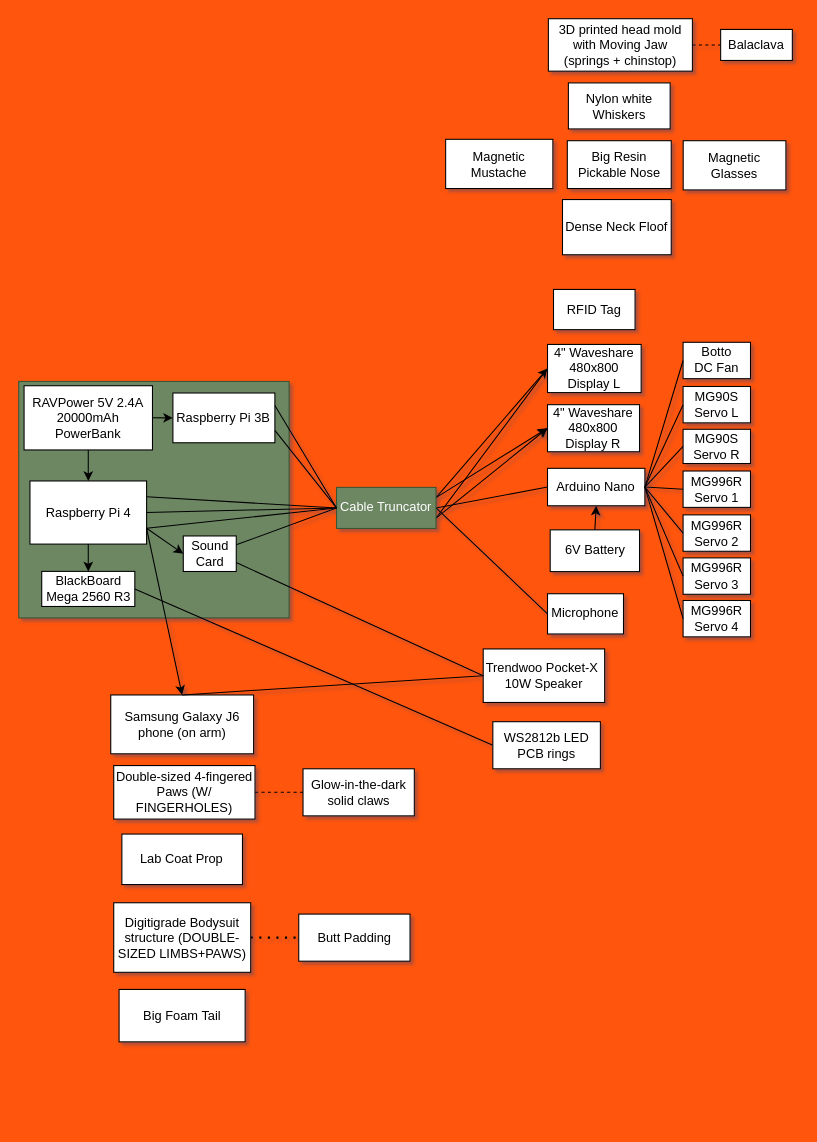
MekhyW/BOSS-Electronic_Fursuit keeps this draw.io diagram as Suit Concept/Basic hardware flowchart.drawio. Above is the earlier version. Source tidied: cells renumbered, new cells numbered last; positions are measured from the earlier drawing's top-left corner, leaving out a move shared by most shapes. Both pictures are drawn from the tidied source at 107%, with x=0, y=0 at pixel (18, 18).
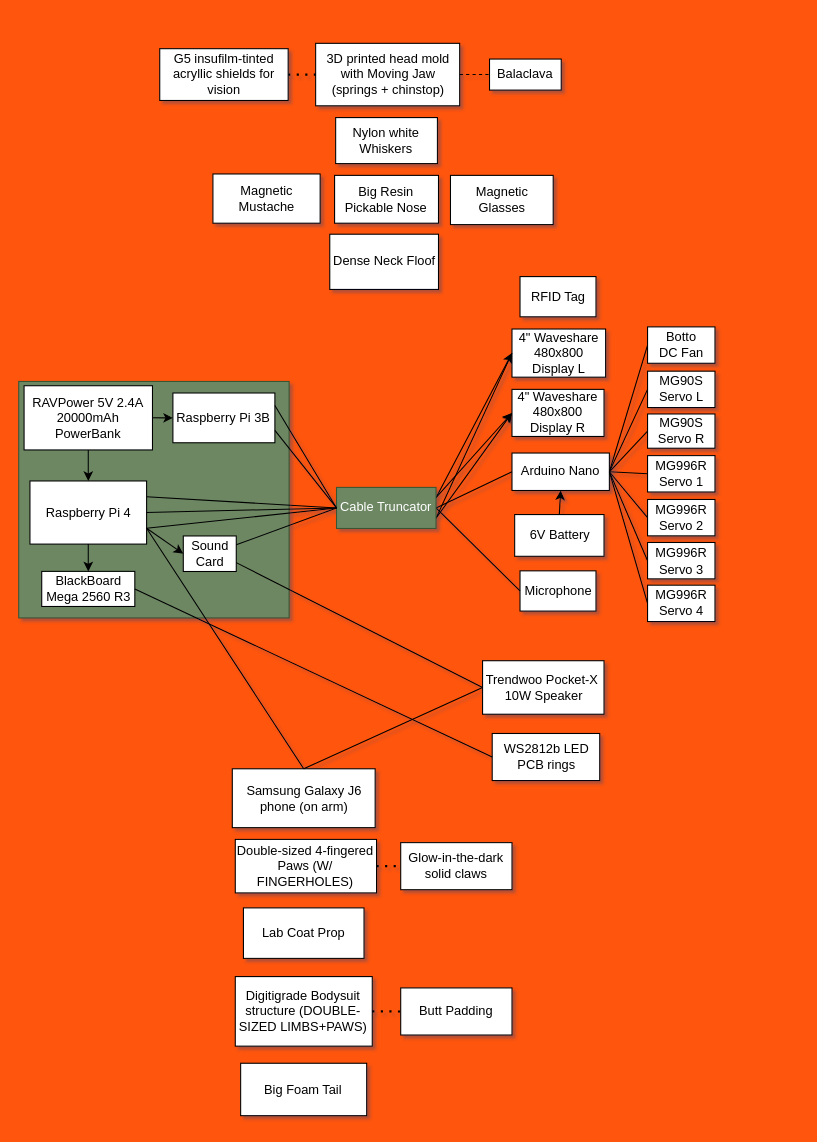
The same diagram, later.

Unchanged cells that the change refers to:
```xml
<mxCell id="3" value="Raspberry Pi 4" style="rounded=0;whiteSpace=wrap;html=1;" parent="1" vertex="1">
  <mxGeometry x="10.5" y="432" width="109" height="59" as="geometry" />
</mxCell>
```

Change to the diagram source:
```diff
@@
     <mxCell id="5" value="Trendwoo Pocket-X&amp;nbsp;&lt;br&gt;10W Speaker" style="rounded=0;whiteSpace=wrap;html=1;" parent="1" vertex="1">
-      <mxGeometry x="434.1" y="589" width="113.5" height="50" as="geometry" />
+      <mxGeometry x="433.5" y="600" width="113.5" height="50" as="geometry" />
     </mxCell>
     <mxCell id="6" value="4&quot; Waveshare&lt;br&gt;480x800 Display L" style="rounded=0;whiteSpace=wrap;html=1;" parent="1" vertex="1">
-      <mxGeometry x="494.2" y="304.4" width="87.5" height="45" as="geometry" />
+      <mxGeometry x="461" y="290" width="87.5" height="45" as="geometry" />
     </mxCell>
     <mxCell id="7" value="Microphone" style="rounded=0;whiteSpace=wrap;html=1;" parent="1" vertex="1">
-      <mxGeometry x="494.2" y="537.4" width="71" height="37.6" as="geometry" />
+      <mxGeometry x="468.5" y="516" width="71" height="37.6" as="geometry" />
     </mxCell>
     <mxCell id="8" value="4&quot; Waveshare&lt;br&gt;480x800 Display R" style="rounded=0;whiteSpace=wrap;html=1;" parent="1" vertex="1">
-      <mxGeometry x="494.2" y="360.7" width="86" height="44" as="geometry" />
+      <mxGeometry x="461" y="346.4" width="86" height="44" as="geometry" />
     </mxCell>
     <mxCell id="9" value="3D printed head mold with Moving Jaw &lt;br&gt;(springs + chinstop)" style="rounded=0;whiteSpace=wrap;html=1;" parent="1" vertex="1">
-      <mxGeometry x="495" width="134.6" height="49" as="geometry" />
+      <mxGeometry x="277.5" y="23" width="134.6" height="58.4" as="geometry" />
     </mxCell>
@@
     <mxCell id="13" value="Digitigrade Bodysuit structure (DOUBLE-SIZED LIMBS+PAWS)" style="rounded=0;whiteSpace=wrap;html=1;" parent="1" vertex="1">
-      <mxGeometry x="88.8" y="826.2" width="128" height="65" as="geometry" />
+      <mxGeometry x="202.4" y="895.2" width="128" height="65" as="geometry" />
     </mxCell>
     <mxCell id="14" value="Lab Coat Prop" style="rounded=0;whiteSpace=wrap;html=1;" parent="1" vertex="1">
-      <mxGeometry x="96.4" y="762" width="112.7" height="47.2" as="geometry" />
+      <mxGeometry x="210" y="831" width="112.7" height="47.2" as="geometry" />
     </mxCell>
@@
     <mxCell id="17" value="WS2812b LED PCB rings" style="rounded=0;whiteSpace=wrap;html=1;" parent="1" vertex="1">
-      <mxGeometry x="443.1" y="657" width="100.5" height="44" as="geometry" />
+      <mxGeometry x="442.5" y="668" width="100.5" height="44" as="geometry" />
     </mxCell>
     <mxCell id="18" value="Nylon white Whiskers" style="rounded=0;whiteSpace=wrap;html=1;" parent="1" vertex="1">
-      <mxGeometry x="513.7" y="60" width="95.1" height="43" as="geometry" />
+      <mxGeometry x="296.2" y="92.4" width="95.1" height="43" as="geometry" />
     </mxCell>
     <mxCell id="19" value="Big Foam Tail" style="rounded=0;whiteSpace=wrap;html=1;" parent="1" vertex="1">
-      <mxGeometry x="93.8" y="907.2" width="117.8" height="49" as="geometry" />
+      <mxGeometry x="207.4" y="976.2" width="117.8" height="49" as="geometry" />
     </mxCell>
     <mxCell id="20" value="Big Resin Pickable Nose" style="rounded=0;whiteSpace=wrap;html=1;" parent="1" vertex="1">
-      <mxGeometry x="512.7" y="114" width="97.1" height="44.7" as="geometry" />
+      <mxGeometry x="295.2" y="146.4" width="97.1" height="44.7" as="geometry" />
     </mxCell>
     <mxCell id="21" value="Arduino Nano" style="rounded=0;whiteSpace=wrap;html=1;" parent="1" vertex="1">
-      <mxGeometry x="494.2" y="420.2" width="91" height="35" as="geometry" />
+      <mxGeometry x="461" y="405.9" width="91" height="35" as="geometry" />
     </mxCell>
     <mxCell id="22" value="MG90S Servo L" style="rounded=0;whiteSpace=wrap;html=1;" parent="1" vertex="1">
-      <mxGeometry x="620.9" y="343.7" width="63" height="34" as="geometry" />
+      <mxGeometry x="587.7" y="329.4" width="63" height="34" as="geometry" />
     </mxCell>
     <mxCell id="23" value="MG90S Servo R" style="rounded=0;whiteSpace=wrap;html=1;" parent="1" vertex="1">
-      <mxGeometry x="620.9" y="383.7" width="63" height="32" as="geometry" />
+      <mxGeometry x="587.7" y="369.4" width="63" height="32" as="geometry" />
     </mxCell>
@@
     <mxCell id="26" value="Dense Neck Floof" style="rounded=0;whiteSpace=wrap;html=1;" parent="1" vertex="1">
-      <mxGeometry x="508.2" y="169" width="101.6" height="51.6" as="geometry" />
+      <mxGeometry x="290.7" y="201.4" width="101.6" height="51.6" as="geometry" />
     </mxCell>
     <mxCell id="27" value="Samsung Galaxy J6 phone (on arm)" style="rounded=0;whiteSpace=wrap;html=1;" parent="1" vertex="1">
-      <mxGeometry x="86" y="632" width="133.5" height="55" as="geometry" />
+      <mxGeometry x="199.6" y="701" width="133.5" height="55" as="geometry" />
     </mxCell>
     <mxCell id="28" value="Double-sized 4-fingered&lt;br&gt;Paws (W/ FINGERHOLES)" style="rounded=0;whiteSpace=wrap;html=1;" parent="1" vertex="1">
-      <mxGeometry x="88.8" y="698" width="132" height="50" as="geometry" />
+      <mxGeometry x="202.4" y="767" width="132" height="50" as="geometry" />
     </mxCell>
@@
     <mxCell id="37" value="Glow-in-the-dark solid claws" style="rounded=0;whiteSpace=wrap;html=1;" parent="1" vertex="1">
-      <mxGeometry x="265.7" y="701" width="104" height="44" as="geometry" />
+      <mxGeometry x="357" y="770" width="104" height="44" as="geometry" />
     </mxCell>
     <mxCell id="38" value="Magnetic Mustache" style="rounded=0;whiteSpace=wrap;html=1;" parent="1" vertex="1">
-      <mxGeometry x="399" y="112.7" width="100.2" height="46" as="geometry" />
+      <mxGeometry x="181.5" y="145.1" width="100.2" height="46" as="geometry" />
     </mxCell>
     <mxCell id="39" value="Magnetic Glasses" style="rounded=0;whiteSpace=wrap;html=1;" parent="1" vertex="1">
-      <mxGeometry x="621" y="114" width="96" height="46" as="geometry" />
+      <mxGeometry x="403.5" y="146.4" width="96" height="46" as="geometry" />
     </mxCell>
-    <mxCell id="40" style="endArrow=none;dashed=1;html=1;exitX=1;exitY=0.5;exitDx=0;exitDy=0;entryX=0;entryY=0.5;entryDx=0;entryDy=0;" parent="1" edge="1" source="28" target="37">
-      <mxGeometry relative="1" as="geometry" />
-    </mxCell>
-    <mxCell id="41" style="endArrow=none;dashed=1;html=1;dashPattern=1 3;strokeWidth=2;exitX=1;exitY=0.5;exitDx=0;exitDy=0;entryX=0;entryY=0.5;entryDx=0;entryDy=0;" parent="1" edge="1" source="13" target="42">
-      <mxGeometry relative="1" as="geometry" />
-    </mxCell>
     <mxCell id="42" value="Butt Padding" style="rounded=0;whiteSpace=wrap;html=1;" parent="1" vertex="1">
-      <mxGeometry x="261.7" y="836.8" width="104" height="44" as="geometry" />
+      <mxGeometry x="357" y="905.8" width="104" height="44" as="geometry" />
     </mxCell>
@@
     <mxCell id="44" value="Balaclava" style="rounded=0;whiteSpace=wrap;html=1;" parent="1" vertex="1">
-      <mxGeometry x="656" y="10" width="67" height="29" as="geometry" />
+      <mxGeometry x="440" y="37.7" width="67" height="29" as="geometry" />
     </mxCell>
-    <mxCell id="45" style="endArrow=classic;html=1;exitX=1;exitY=0.75;exitDx=0;exitDy=0;entryX=0.5;entryY=0;entryDx=0;entryDy=0;" parent="1" edge="1" source="3" target="27">
-      <mxGeometry relative="1" as="geometry" />
-    </mxCell>
     <mxCell id="46" value="MG996R Servo 1" style="rounded=0;whiteSpace=wrap;html=1;" parent="1" vertex="1">
-      <mxGeometry x="620.9" y="422.7" width="63" height="34" as="geometry" />
+      <mxGeometry x="587.7" y="408.3" width="63" height="34" as="geometry" />
     </mxCell>
     <mxCell id="47" value="MG996R Servo 2" style="rounded=0;whiteSpace=wrap;html=1;" parent="1" vertex="1">
-      <mxGeometry x="620.9" y="463.7" width="63" height="34" as="geometry" />
+      <mxGeometry x="587.7" y="449.3" width="63" height="34" as="geometry" />
     </mxCell>
     <mxCell id="48" value="MG996R Servo 3" style="rounded=0;whiteSpace=wrap;html=1;" parent="1" vertex="1">
-      <mxGeometry x="620.9" y="503.9" width="63" height="34" as="geometry" />
+      <mxGeometry x="587.7" y="489.5" width="63" height="34" as="geometry" />
     </mxCell>
     <mxCell id="49" value="MG996R Servo 4" style="rounded=0;whiteSpace=wrap;html=1;" parent="1" vertex="1">
-      <mxGeometry x="620.9" y="543.7" width="63" height="34" as="geometry" />
+      <mxGeometry x="587.7" y="529.4" width="63" height="34" as="geometry" />
     </mxCell>
@@
     <mxCell id="55" value="6V Battery" style="rounded=0;whiteSpace=wrap;html=1;" parent="1" vertex="1">
-      <mxGeometry x="496.7" y="477.7" width="83.5" height="39" as="geometry" />
+      <mxGeometry x="463.5" y="463.4" width="83.5" height="39" as="geometry" />
     </mxCell>
@@
     <mxCell id="66" value="Botto &lt;br&gt;DC Fan" style="rounded=0;whiteSpace=wrap;html=1;" parent="1" vertex="1">
-      <mxGeometry x="620.9" y="302.4" width="63" height="34" as="geometry" />
+      <mxGeometry x="587.7" y="288" width="63" height="34" as="geometry" />
     </mxCell>
@@
     <mxCell id="68" value="RFID Tag" style="rounded=0;whiteSpace=wrap;html=1;" parent="1" vertex="1">
-      <mxGeometry x="499.8" y="253" width="76.2" height="37.6" as="geometry" />
+      <mxGeometry x="468.5" y="241" width="71" height="37.6" as="geometry" />
     </mxCell>
+    <mxCell id="69" style="endArrow=none;dashed=1;html=1;dashPattern=1 3;strokeWidth=2;entryX=0;entryY=0.5;entryDx=0;entryDy=0;exitX=1;exitY=0.5;exitDx=0;exitDy=0;" parent="1" edge="1" source="70" target="9">
+      <mxGeometry relative="1" as="geometry" />
+    </mxCell>
+    <mxCell id="70" value="G5 insufilm-tinted acryllic shields for vision" style="rounded=0;whiteSpace=wrap;html=1;" parent="1" vertex="1">
+      <mxGeometry x="131.8" y="28" width="120" height="48.4" as="geometry" />
+    </mxCell>
+    <mxCell id="71" style="endArrow=none;html=1;exitX=0.5;exitY=0;exitDx=0;exitDy=0;entryX=1;entryY=0.75;entryDx=0;entryDy=0;" parent="1" edge="1" source="27" target="3">
+      <mxGeometry relative="1" as="geometry" />
+    </mxCell>
+    <mxCell id="41" style="endArrow=none;dashed=1;html=1;dashPattern=1 3;strokeWidth=2;exitX=1;exitY=0.5;exitDx=0;exitDy=0;entryX=0;entryY=0.5;entryDx=0;entryDy=0;" parent="1" edge="1" source="13" target="42">
+      <mxGeometry relative="1" as="geometry" />
+    </mxCell>
+    <mxCell id="40" style="endArrow=none;dashed=1;html=1;dashPattern=1 3;strokeWidth=2;exitX=1;exitY=0.5;exitDx=0;exitDy=0;entryX=0;entryY=0.5;entryDx=0;entryDy=0;" parent="1" edge="1" source="28" target="37">
+      <mxGeometry relative="1" as="geometry" />
+    </mxCell>
```
